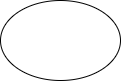
This is Diagrama Examen ALG2.drawio.png from JesusAIR97/Pruebas_iniciales, a draw.io export, as it was before one commit. Source tidied: cells renumbered, new cells last; positions are measured from the earlier drawing's top-left corner, leaving out a move shared by most shapes.
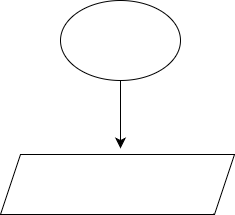
Above is the later version.

What changed in the source:
```diff
@@ -5,5 +5,13 @@
     <mxCell id="2" style="ellipse;whiteSpace=wrap;html=1;" parent="1" vertex="1">
       <mxGeometry width="120" height="80" as="geometry" />
     </mxCell>
+    <mxCell id="3" style="shape=parallelogram;perimeter=parallelogramPerimeter;whiteSpace=wrap;html=1;fixedSize=1;" parent="1" vertex="1">
+      <mxGeometry x="-60" y="154" width="234" height="60" as="geometry" />
+    </mxCell>
+    <mxCell id="4" style="endArrow=classic;html=1;rounded=0;fontSize=12;startSize=8;endSize=8;curved=1;exitX=0.5;exitY=1;exitDx=0;exitDy=0;" parent="1" edge="1" source="2">
+      <mxGeometry relative="1" as="geometry">
+        <mxPoint x="60" y="148" as="targetPoint" />
+      </mxGeometry>
+    </mxCell>
   </root>
 </mxGraphModel>
```
